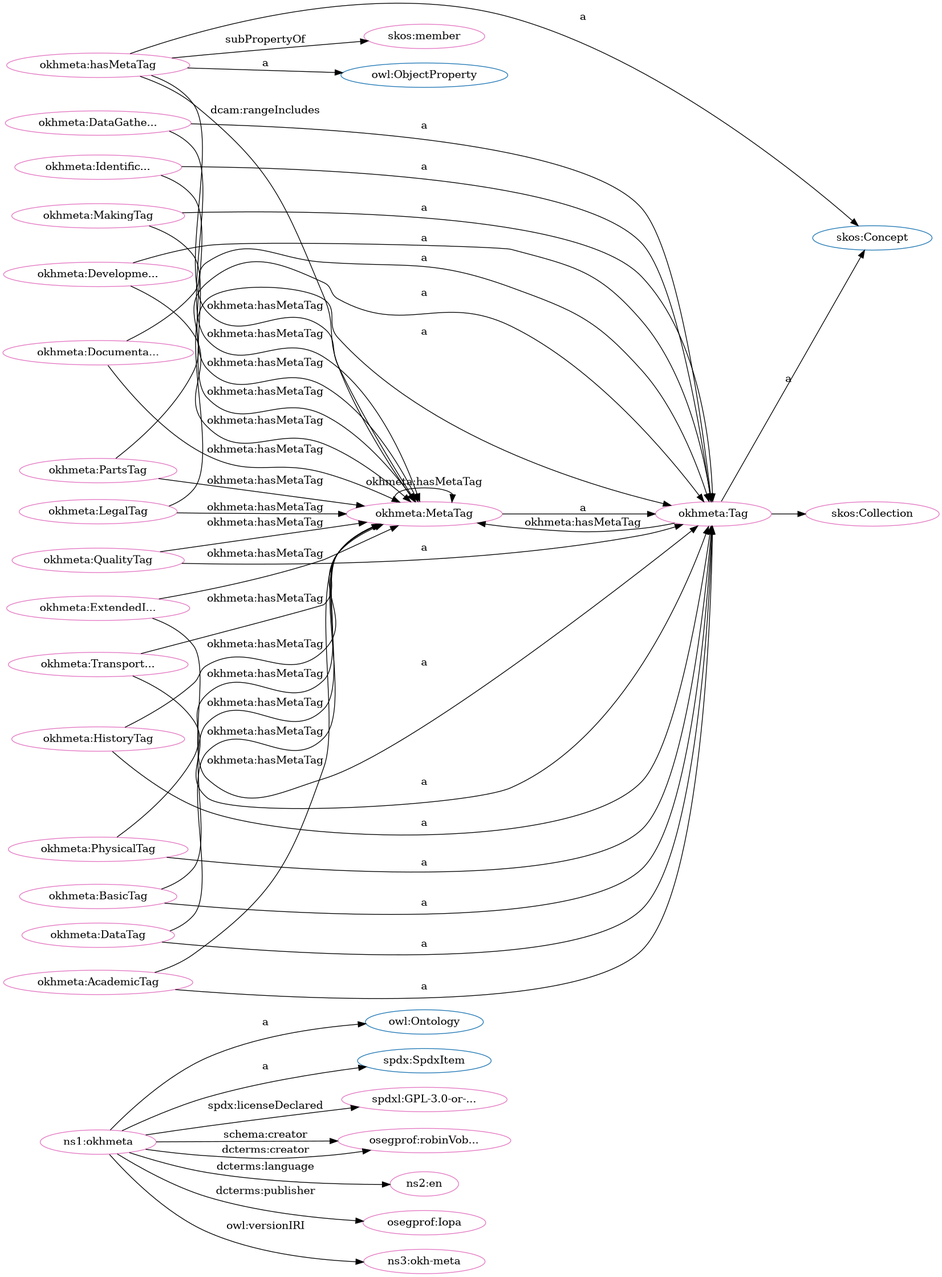
This is src/spec/dot_okh-meta.png from iop-alliance/OpenKnowHow, a Graphviz export, as it was before one commit. Its source is kept beside it as src/spec/dot_okh-meta.dot.
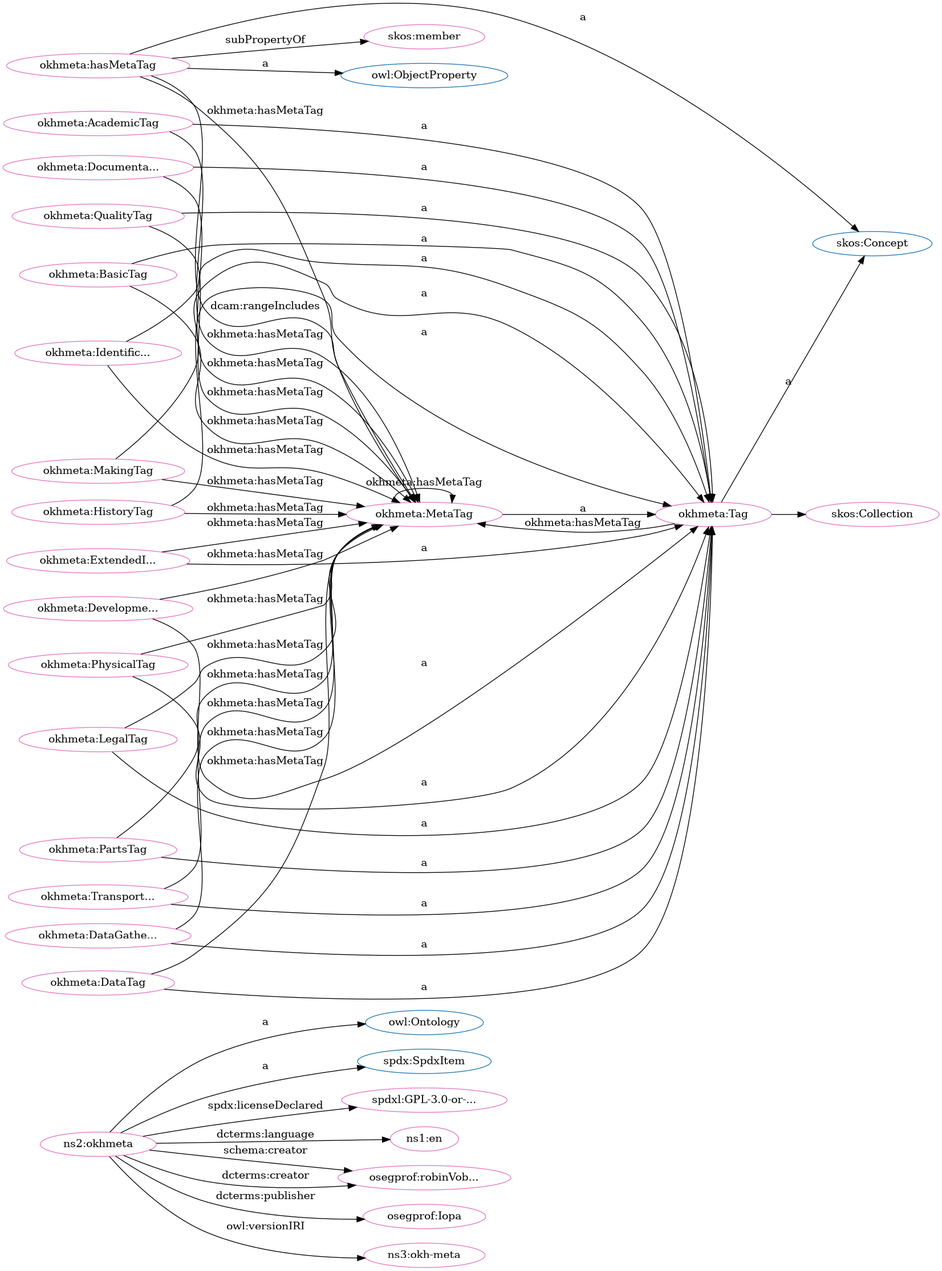
After the commit.

Change to the diagram source:
```diff
@@ -4,81 +4,81 @@
 "http://www.w3.org/2002/07/owl#Ontology" [fillcolor="#1f77b4" color="#1f77b4" label="owl:Ontology"]
 "http://www.w3.org/2002/07/owl#ObjectProperty" [fillcolor="#1f77b4" color="#1f77b4" label="owl:ObjectProperty"]
 "http://www.w3.org/2004/02/skos/core#Collection" [fillcolor="#1f77b4" color="#1f77b4" label="skos:Collection"]
+"http://www.w3.org/2004/02/skos/core#Concept" [fillcolor="#1f77b4" color="#1f77b4" label="skos:Concept"]
 "http://w3id.org/oseg/ont/okhmeta#Tag" [fillcolor="#1f77b4" color="#1f77b4" label="okhmeta:Tag"]
 "http://spdx.org/rdf/terms#SpdxItem" [fillcolor="#1f77b4" color="#1f77b4" label="spdx:SpdxItem"]
-"http://www.w3.org/2004/02/skos/core#Concept" [fillcolor="#1f77b4" color="#1f77b4" label="skos:Concept"]
+"http://w3id.org/oseg/ont/okhmeta#ExtendedInfoTag" [fillcolor="#e377c2" color="#e377c2" label="okhmeta:ExtendedI..."]
+"http://w3id.org/oseg/ont/okhmeta#DataTag" [fillcolor="#e377c2" color="#e377c2" label="okhmeta:DataTag"]
+"http://w3id.org/oseg/ont/okhmeta#IdentificationTag" [fillcolor="#e377c2" color="#e377c2" label="okhmeta:Identific..."]
+"http://w3id.org/oseg/ont/okhmeta#MetaTag" [fillcolor="#e377c2" color="#e377c2" label="okhmeta:MetaTag"]
+"http://w3id.org/oseg/ont/okhmeta#LegalTag" [fillcolor="#e377c2" color="#e377c2" label="okhmeta:LegalTag"]
+"http://spdx.org/licenses/GPL-3.0-or-later" [fillcolor="#e377c2" color="#e377c2" label="spdxl:GPL-3.0-or-..."]
+"http://www.w3.org/2004/02/skos/core#member" [fillcolor="#e377c2" color="#e377c2" label="skos:member"]
+"http://w3id.org/oseg/ont/okhmeta#DocumentationTag" [fillcolor="#e377c2" color="#e377c2" label="okhmeta:Documenta..."]
+"http://w3id.org/oseg/ont/okhmeta#BasicTag" [fillcolor="#e377c2" color="#e377c2" label="okhmeta:BasicTag"]
+"http://w3id.org/oseg/ont/okhmeta#HistoryTag" [fillcolor="#e377c2" color="#e377c2" label="okhmeta:HistoryTag"]
 "http://w3id.org/oseg/ont/okhmeta#QualityTag" [fillcolor="#e377c2" color="#e377c2" label="okhmeta:QualityTag"]
+"http://id.loc.gov/vocabulary/iso639-1/en" [fillcolor="#e377c2" color="#e377c2" label="ns1:en"]
+"http://w3id.org/oseg/ont/okhmeta" [fillcolor="#e377c2" color="#e377c2" label="ns2:okhmeta"]
+"http://w3id.org/oseg/ont/oseg-profiles#robinVobruba" [fillcolor="#e377c2" color="#e377c2" label="osegprof:robinVob..."]
+"http://www.w3.org/2004/02/skos/core#Collection" [fillcolor="#e377c2" color="#e377c2" label="skos:Collection"]
+"http://w3id.org/oseg/ont/okhmeta#DataGatheringTag" [fillcolor="#e377c2" color="#e377c2" label="okhmeta:DataGathe..."]
+"http://w3id.org/oseg/ont/okhmeta#DevelopmentTag" [fillcolor="#e377c2" color="#e377c2" label="okhmeta:Developme..."]
+"http://w3id.org/oseg/ont/okhmeta#hasMetaTag" [fillcolor="#e377c2" color="#e377c2" label="okhmeta:hasMetaTag"]
 "http://w3id.org/oseg/ont/okhmeta#AcademicTag" [fillcolor="#e377c2" color="#e377c2" label="okhmeta:AcademicTag"]
-"http://w3id.org/oseg/ont/okhmeta#MetaTag" [fillcolor="#e377c2" color="#e377c2" label="okhmeta:MetaTag"]
-"http://w3id.org/oseg/ont/okhmeta" [fillcolor="#e377c2" color="#e377c2" label="ns1:okhmeta"]
-"http://w3id.org/oseg/ont/okhmeta#DocumentationTag" [fillcolor="#e377c2" color="#e377c2" label="okhmeta:Documenta..."]
-"http://w3id.org/oseg/ont/okhmeta#HistoryTag" [fillcolor="#e377c2" color="#e377c2" label="okhmeta:HistoryTag"]
-"http://w3id.org/oseg/ont/okhmeta#IdentificationTag" [fillcolor="#e377c2" color="#e377c2" label="okhmeta:Identific..."]
-"http://spdx.org/licenses/GPL-3.0-or-later" [fillcolor="#e377c2" color="#e377c2" label="spdxl:GPL-3.0-or-..."]
-"http://w3id.org/oseg/ont/okhmeta#DevelopmentTag" [fillcolor="#e377c2" color="#e377c2" label="okhmeta:Developme..."]
-"http://w3id.org/oseg/ont/okhmeta#LegalTag" [fillcolor="#e377c2" color="#e377c2" label="okhmeta:LegalTag"]
-"http://www.w3.org/2004/02/skos/core#Collection" [fillcolor="#e377c2" color="#e377c2" label="skos:Collection"]
-"http://w3id.org/oseg/ont/oseg-profiles#robinVobruba" [fillcolor="#e377c2" color="#e377c2" label="osegprof:robinVob..."]
-"http://w3id.org/oseg/ont/okhmeta#hasMetaTag" [fillcolor="#e377c2" color="#e377c2" label="okhmeta:hasMetaTag"]
-"http://www.w3.org/2004/02/skos/core#member" [fillcolor="#e377c2" color="#e377c2" label="skos:member"]
+"http://w3id.org/oseg/ont/oseg-profiles#Iopa" [fillcolor="#e377c2" color="#e377c2" label="osegprof:Iopa"]
+"http://w3id.org/oseg/ont/okhmeta#PhysicalTag" [fillcolor="#e377c2" color="#e377c2" label="okhmeta:PhysicalTag"]
+"http://w3id.org/oseg/ont/okhmeta#PartsTag" [fillcolor="#e377c2" color="#e377c2" label="okhmeta:PartsTag"]
+"http://w3id.org/oseg/ont/okhmeta#Tag" [fillcolor="#e377c2" color="#e377c2" label="okhmeta:Tag"]
+"http://w3id.org/oseg/ont/1.1.0/okh-meta" [fillcolor="#e377c2" color="#e377c2" label="ns3:okh-meta"]
+"http://w3id.org/oseg/ont/okhmeta#TransportationTag" [fillcolor="#e377c2" color="#e377c2" label="okhmeta:Transport..."]
 "http://w3id.org/oseg/ont/okhmeta#MakingTag" [fillcolor="#e377c2" color="#e377c2" label="okhmeta:MakingTag"]
-"http://id.loc.gov/vocabulary/iso639-1/en" [fillcolor="#e377c2" color="#e377c2" label="ns2:en"]
-"http://w3id.org/oseg/ont/okhmeta#DataTag" [fillcolor="#e377c2" color="#e377c2" label="okhmeta:DataTag"]
-"http://w3id.org/oseg/ont/okhmeta#ExtendedInfoTag" [fillcolor="#e377c2" color="#e377c2" label="okhmeta:ExtendedI..."]
-"http://w3id.org/oseg/ont/okhmeta#Tag" [fillcolor="#e377c2" color="#e377c2" label="okhmeta:Tag"]
-"http://w3id.org/oseg/ont/okhmeta#DataGatheringTag" [fillcolor="#e377c2" color="#e377c2" label="okhmeta:DataGathe..."]
-"http://w3id.org/oseg/ont/oseg-profiles#Iopa" [fillcolor="#e377c2" color="#e377c2" label="osegprof:Iopa"]
-"http://w3id.org/oseg/ont/okhmeta#TransportationTag" [fillcolor="#e377c2" color="#e377c2" label="okhmeta:Transport..."]
-"http://w3id.org/oseg/ont/okhmeta#PhysicalTag" [fillcolor="#e377c2" color="#e377c2" label="okhmeta:PhysicalTag"]
-"http://w3id.org/oseg/ont/1.1.0/okh-meta" [fillcolor="#e377c2" color="#e377c2" label="ns3:okh-meta"]
-"http://w3id.org/oseg/ont/okhmeta#BasicTag" [fillcolor="#e377c2" color="#e377c2" label="okhmeta:BasicTag"]
-"http://w3id.org/oseg/ont/okhmeta#PartsTag" [fillcolor="#e377c2" color="#e377c2" label="okhmeta:PartsTag"]
-  "http://w3id.org/oseg/ont/okhmeta#DataGatheringTag" -> "http://w3id.org/oseg/ont/okhmeta#MetaTag" [label="okhmeta:hasMetaTag"]
-  "http://w3id.org/oseg/ont/okhmeta" -> "http://spdx.org/rdf/terms#SpdxItem" [label="a"]
-  "http://w3id.org/oseg/ont/okhmeta#hasMetaTag" -> "http://w3id.org/oseg/ont/okhmeta#MetaTag" [label="dcam:rangeIncludes"]
-  "http://w3id.org/oseg/ont/okhmeta#BasicTag" -> "http://w3id.org/oseg/ont/okhmeta#MetaTag" [label="okhmeta:hasMetaTag"]
-  "http://w3id.org/oseg/ont/okhmeta#QualityTag" -> "http://w3id.org/oseg/ont/okhmeta#MetaTag" [label="okhmeta:hasMetaTag"]
-  "http://w3id.org/oseg/ont/okhmeta#AcademicTag" -> "http://w3id.org/oseg/ont/okhmeta#MetaTag" [label="okhmeta:hasMetaTag"]
-  "http://w3id.org/oseg/ont/okhmeta#Tag" -> "http://www.w3.org/2004/02/skos/core#Collection" [label=""]
-  "http://w3id.org/oseg/ont/okhmeta" -> "http://w3id.org/oseg/ont/oseg-profiles#robinVobruba" [label="schema:creator"]
-  "http://w3id.org/oseg/ont/okhmeta#MetaTag" -> "http://w3id.org/oseg/ont/okhmeta#MetaTag" [label="okhmeta:hasMetaTag"]
-  "http://w3id.org/oseg/ont/okhmeta#DocumentationTag" -> "http://w3id.org/oseg/ont/okhmeta#MetaTag" [label="okhmeta:hasMetaTag"]
-  "http://w3id.org/oseg/ont/okhmeta" -> "http://www.w3.org/2002/07/owl#Ontology" [label="a"]
-  "http://w3id.org/oseg/ont/okhmeta#DataTag" -> "http://w3id.org/oseg/ont/okhmeta#MetaTag" [label="okhmeta:hasMetaTag"]
-  "http://w3id.org/oseg/ont/okhmeta#HistoryTag" -> "http://w3id.org/oseg/ont/okhmeta#MetaTag" [label="okhmeta:hasMetaTag"]
-  "http://w3id.org/oseg/ont/okhmeta#hasMetaTag" -> "http://www.w3.org/2004/02/skos/core#member" [label="subPropertyOf"]
-  "http://w3id.org/oseg/ont/okhmeta#MakingTag" -> "http://w3id.org/oseg/ont/okhmeta#Tag" [label="a"]
-  "http://w3id.org/oseg/ont/okhmeta" -> "http://id.loc.gov/vocabulary/iso639-1/en" [label="dcterms:language"]
   "http://w3id.org/oseg/ont/okhmeta#DevelopmentTag" -> "http://w3id.org/oseg/ont/okhmeta#MetaTag" [label="okhmeta:hasMetaTag"]
-  "http://w3id.org/oseg/ont/okhmeta#LegalTag" -> "http://w3id.org/oseg/ont/okhmeta#MetaTag" [label="okhmeta:hasMetaTag"]
-  "http://w3id.org/oseg/ont/okhmeta#IdentificationTag" -> "http://w3id.org/oseg/ont/okhmeta#MetaTag" [label="okhmeta:hasMetaTag"]
-  "http://w3id.org/oseg/ont/okhmeta#ExtendedInfoTag" -> "http://w3id.org/oseg/ont/okhmeta#Tag" [label="a"]
-  "http://w3id.org/oseg/ont/okhmeta#DataGatheringTag" -> "http://w3id.org/oseg/ont/okhmeta#Tag" [label="a"]
-  "http://w3id.org/oseg/ont/okhmeta#TransportationTag" -> "http://w3id.org/oseg/ont/okhmeta#MetaTag" [label="okhmeta:hasMetaTag"]
-  "http://w3id.org/oseg/ont/okhmeta" -> "http://w3id.org/oseg/ont/oseg-profiles#Iopa" [label="dcterms:publisher"]
-  "http://w3id.org/oseg/ont/okhmeta#PhysicalTag" -> "http://w3id.org/oseg/ont/okhmeta#MetaTag" [label="okhmeta:hasMetaTag"]
-  "http://w3id.org/oseg/ont/okhmeta#hasMetaTag" -> "http://www.w3.org/2002/07/owl#ObjectProperty" [label="a"]
-  "http://w3id.org/oseg/ont/okhmeta#TransportationTag" -> "http://w3id.org/oseg/ont/okhmeta#Tag" [label="a"]
-  "http://w3id.org/oseg/ont/okhmeta#BasicTag" -> "http://w3id.org/oseg/ont/okhmeta#Tag" [label="a"]
-  "http://w3id.org/oseg/ont/okhmeta#QualityTag" -> "http://w3id.org/oseg/ont/okhmeta#Tag" [label="a"]
-  "http://w3id.org/oseg/ont/okhmeta#AcademicTag" -> "http://w3id.org/oseg/ont/okhmeta#Tag" [label="a"]
-  "http://w3id.org/oseg/ont/okhmeta#HistoryTag" -> "http://w3id.org/oseg/ont/okhmeta#Tag" [label="a"]
-  "http://w3id.org/oseg/ont/okhmeta#DocumentationTag" -> "http://w3id.org/oseg/ont/okhmeta#Tag" [label="a"]
-  "http://w3id.org/oseg/ont/okhmeta#IdentificationTag" -> "http://w3id.org/oseg/ont/okhmeta#Tag" [label="a"]
-  "http://w3id.org/oseg/ont/okhmeta" -> "http://spdx.org/licenses/GPL-3.0-or-later" [label="spdx:licenseDeclared"]
-  "http://w3id.org/oseg/ont/okhmeta#DevelopmentTag" -> "http://w3id.org/oseg/ont/okhmeta#Tag" [label="a"]
   "http://w3id.org/oseg/ont/okhmeta#LegalTag" -> "http://w3id.org/oseg/ont/okhmeta#Tag" [label="a"]
   "http://w3id.org/oseg/ont/okhmeta#PartsTag" -> "http://w3id.org/oseg/ont/okhmeta#MetaTag" [label="okhmeta:hasMetaTag"]
-  "http://w3id.org/oseg/ont/okhmeta#hasMetaTag" -> "http://www.w3.org/2004/02/skos/core#Concept" [label="a"]
+  "http://w3id.org/oseg/ont/okhmeta#DocumentationTag" -> "http://w3id.org/oseg/ont/okhmeta#Tag" [label="a"]
   "http://w3id.org/oseg/ont/okhmeta#MetaTag" -> "http://w3id.org/oseg/ont/okhmeta#Tag" [label="a"]
   "http://w3id.org/oseg/ont/okhmeta#ExtendedInfoTag" -> "http://w3id.org/oseg/ont/okhmeta#MetaTag" [label="okhmeta:hasMetaTag"]
+  "http://w3id.org/oseg/ont/okhmeta#HistoryTag" -> "http://w3id.org/oseg/ont/okhmeta#Tag" [label="a"]
+  "http://w3id.org/oseg/ont/okhmeta#QualityTag" -> "http://w3id.org/oseg/ont/okhmeta#Tag" [label="a"]
+  "http://w3id.org/oseg/ont/okhmeta#MakingTag" -> "http://w3id.org/oseg/ont/okhmeta#MetaTag" [label="okhmeta:hasMetaTag"]
+  "http://w3id.org/oseg/ont/okhmeta#DataTag" -> "http://w3id.org/oseg/ont/okhmeta#MetaTag" [label="okhmeta:hasMetaTag"]
+  "http://w3id.org/oseg/ont/okhmeta#IdentificationTag" -> "http://w3id.org/oseg/ont/okhmeta#MetaTag" [label="okhmeta:hasMetaTag"]
+  "http://w3id.org/oseg/ont/okhmeta" -> "http://w3id.org/oseg/ont/oseg-profiles#robinVobruba" [label="schema:creator"]
+  "http://w3id.org/oseg/ont/okhmeta#Tag" -> "http://www.w3.org/2004/02/skos/core#Collection" [label=""]
+  "http://w3id.org/oseg/ont/okhmeta#DevelopmentTag" -> "http://w3id.org/oseg/ont/okhmeta#Tag" [label="a"]
+  "http://w3id.org/oseg/ont/okhmeta#PartsTag" -> "http://w3id.org/oseg/ont/okhmeta#Tag" [label="a"]
+  "http://w3id.org/oseg/ont/okhmeta#BasicTag" -> "http://w3id.org/oseg/ont/okhmeta#MetaTag" [label="okhmeta:hasMetaTag"]
+  "http://w3id.org/oseg/ont/okhmeta#Tag" -> "http://www.w3.org/2004/02/skos/core#Concept" [label="a"]
+  "http://w3id.org/oseg/ont/okhmeta" -> "http://w3id.org/oseg/ont/1.1.0/okh-meta" [label="owl:versionIRI"]
+  "http://w3id.org/oseg/ont/okhmeta#TransportationTag" -> "http://w3id.org/oseg/ont/okhmeta#Tag" [label="a"]
+  "http://w3id.org/oseg/ont/okhmeta#MakingTag" -> "http://w3id.org/oseg/ont/okhmeta#Tag" [label="a"]
+  "http://w3id.org/oseg/ont/okhmeta#DataGatheringTag" -> "http://w3id.org/oseg/ont/okhmeta#MetaTag" [label="okhmeta:hasMetaTag"]
+  "http://w3id.org/oseg/ont/okhmeta#ExtendedInfoTag" -> "http://w3id.org/oseg/ont/okhmeta#Tag" [label="a"]
   "http://w3id.org/oseg/ont/okhmeta#DataTag" -> "http://w3id.org/oseg/ont/okhmeta#Tag" [label="a"]
+  "http://w3id.org/oseg/ont/okhmeta#IdentificationTag" -> "http://w3id.org/oseg/ont/okhmeta#Tag" [label="a"]
+  "http://w3id.org/oseg/ont/okhmeta#PhysicalTag" -> "http://w3id.org/oseg/ont/okhmeta#MetaTag" [label="okhmeta:hasMetaTag"]
+  "http://w3id.org/oseg/ont/okhmeta#AcademicTag" -> "http://w3id.org/oseg/ont/okhmeta#MetaTag" [label="okhmeta:hasMetaTag"]
+  "http://w3id.org/oseg/ont/okhmeta#Tag" -> "http://w3id.org/oseg/ont/okhmeta#MetaTag" [label="okhmeta:hasMetaTag"]
+  "http://w3id.org/oseg/ont/okhmeta" -> "http://spdx.org/licenses/GPL-3.0-or-later" [label="spdx:licenseDeclared"]
+  "http://w3id.org/oseg/ont/okhmeta#MetaTag" -> "http://w3id.org/oseg/ont/okhmeta#MetaTag" [label="okhmeta:hasMetaTag"]
+  "http://w3id.org/oseg/ont/okhmeta#hasMetaTag" -> "http://www.w3.org/2004/02/skos/core#member" [label="subPropertyOf"]
+  "http://w3id.org/oseg/ont/okhmeta#hasMetaTag" -> "http://w3id.org/oseg/ont/okhmeta#MetaTag" [label="okhmeta:hasMetaTag"]
+  "http://w3id.org/oseg/ont/okhmeta#BasicTag" -> "http://w3id.org/oseg/ont/okhmeta#Tag" [label="a"]
+  "http://w3id.org/oseg/ont/okhmeta#HistoryTag" -> "http://w3id.org/oseg/ont/okhmeta#MetaTag" [label="okhmeta:hasMetaTag"]
+  "http://w3id.org/oseg/ont/okhmeta#LegalTag" -> "http://w3id.org/oseg/ont/okhmeta#MetaTag" [label="okhmeta:hasMetaTag"]
+  "http://w3id.org/oseg/ont/okhmeta" -> "http://www.w3.org/2002/07/owl#Ontology" [label="a"]
+  "http://w3id.org/oseg/ont/okhmeta#DataGatheringTag" -> "http://w3id.org/oseg/ont/okhmeta#Tag" [label="a"]
+  "http://w3id.org/oseg/ont/okhmeta#hasMetaTag" -> "http://www.w3.org/2004/02/skos/core#Concept" [label="a"]
+  "http://w3id.org/oseg/ont/okhmeta#AcademicTag" -> "http://w3id.org/oseg/ont/okhmeta#Tag" [label="a"]
+  "http://w3id.org/oseg/ont/okhmeta#hasMetaTag" -> "http://www.w3.org/2002/07/owl#ObjectProperty" [label="a"]
+  "http://w3id.org/oseg/ont/okhmeta" -> "http://w3id.org/oseg/ont/oseg-profiles#Iopa" [label="dcterms:publisher"]
+  "http://w3id.org/oseg/ont/okhmeta#PhysicalTag" -> "http://w3id.org/oseg/ont/okhmeta#Tag" [label="a"]
   "http://w3id.org/oseg/ont/okhmeta" -> "http://w3id.org/oseg/ont/oseg-profiles#robinVobruba" [label="dcterms:creator"]
-  "http://w3id.org/oseg/ont/okhmeta#hasMetaTag" -> "http://w3id.org/oseg/ont/okhmeta#MetaTag" [label="okhmeta:hasMetaTag"]
-  "http://w3id.org/oseg/ont/okhmeta#Tag" -> "http://www.w3.org/2004/02/skos/core#Concept" [label="a"]
-  "http://w3id.org/oseg/ont/okhmeta#Tag" -> "http://w3id.org/oseg/ont/okhmeta#MetaTag" [label="okhmeta:hasMetaTag"]
-  "http://w3id.org/oseg/ont/okhmeta#PhysicalTag" -> "http://w3id.org/oseg/ont/okhmeta#Tag" [label="a"]
-  "http://w3id.org/oseg/ont/okhmeta" -> "http://w3id.org/oseg/ont/1.1.0/okh-meta" [label="owl:versionIRI"]
-  "http://w3id.org/oseg/ont/okhmeta#PartsTag" -> "http://w3id.org/oseg/ont/okhmeta#Tag" [label="a"]
-  "http://w3id.org/oseg/ont/okhmeta#MakingTag" -> "http://w3id.org/oseg/ont/okhmeta#MetaTag" [label="okhmeta:hasMetaTag"]
+  "http://w3id.org/oseg/ont/okhmeta" -> "http://spdx.org/rdf/terms#SpdxItem" [label="a"]
+  "http://w3id.org/oseg/ont/okhmeta#DocumentationTag" -> "http://w3id.org/oseg/ont/okhmeta#MetaTag" [label="okhmeta:hasMetaTag"]
+  "http://w3id.org/oseg/ont/okhmeta#QualityTag" -> "http://w3id.org/oseg/ont/okhmeta#MetaTag" [label="okhmeta:hasMetaTag"]
+  "http://w3id.org/oseg/ont/okhmeta#hasMetaTag" -> "http://w3id.org/oseg/ont/okhmeta#MetaTag" [label="dcam:rangeIncludes"]
+  "http://w3id.org/oseg/ont/okhmeta#TransportationTag" -> "http://w3id.org/oseg/ont/okhmeta#MetaTag" [label="okhmeta:hasMetaTag"]
+  "http://w3id.org/oseg/ont/okhmeta" -> "http://id.loc.gov/vocabulary/iso639-1/en" [label="dcterms:language"]
 }
```
